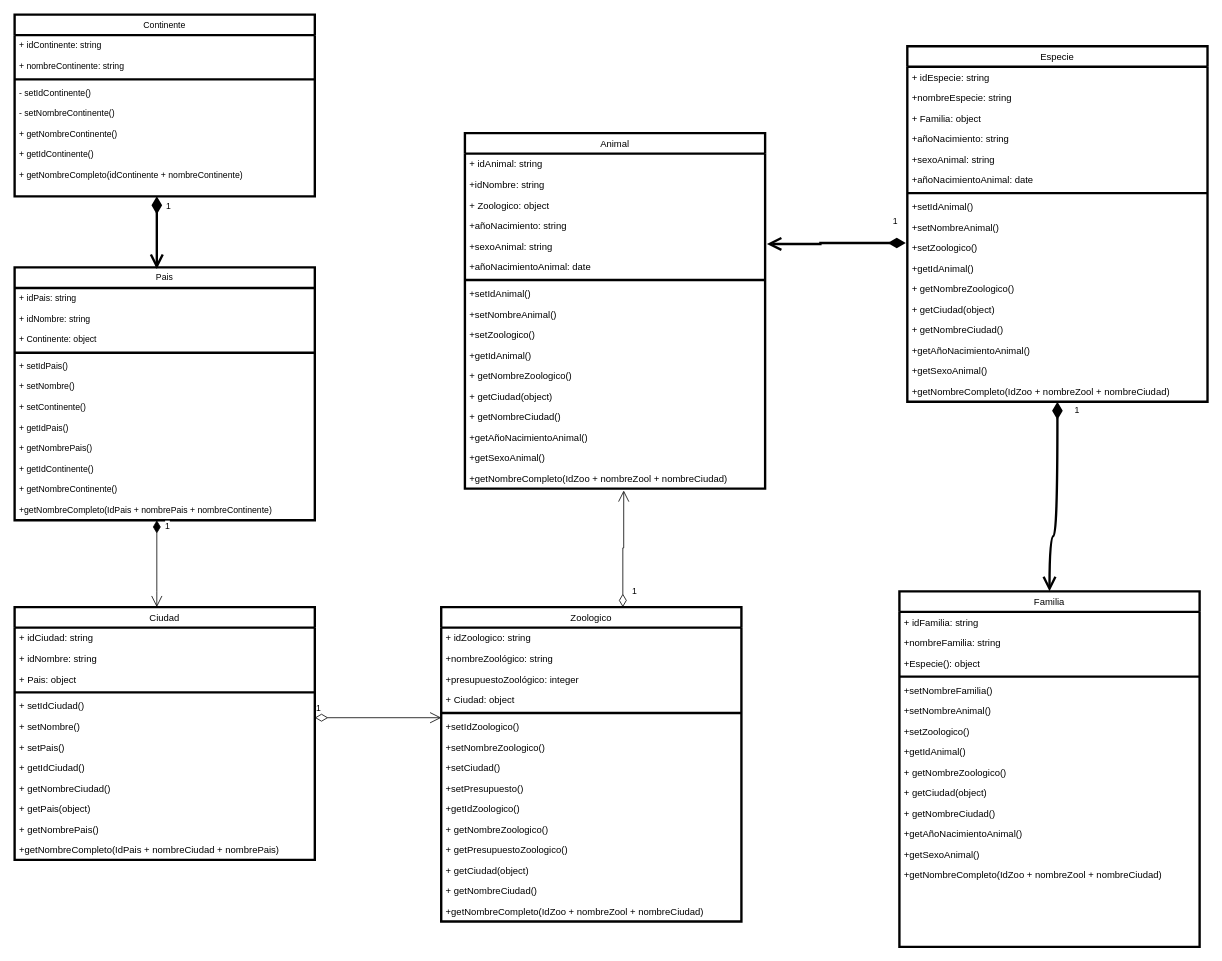
This is zoologico1.drawio from joaonunez/diagramasClase, a draw.io file, before an edit. Source tidied: cells renumbered, new cells numbered last; positions are measured from the earlier drawing's top-left corner, leaving out a move shared by most shapes. Both pictures are drawn from the tidied source at 79%, with x=0, y=0 at pixel (14, 14).
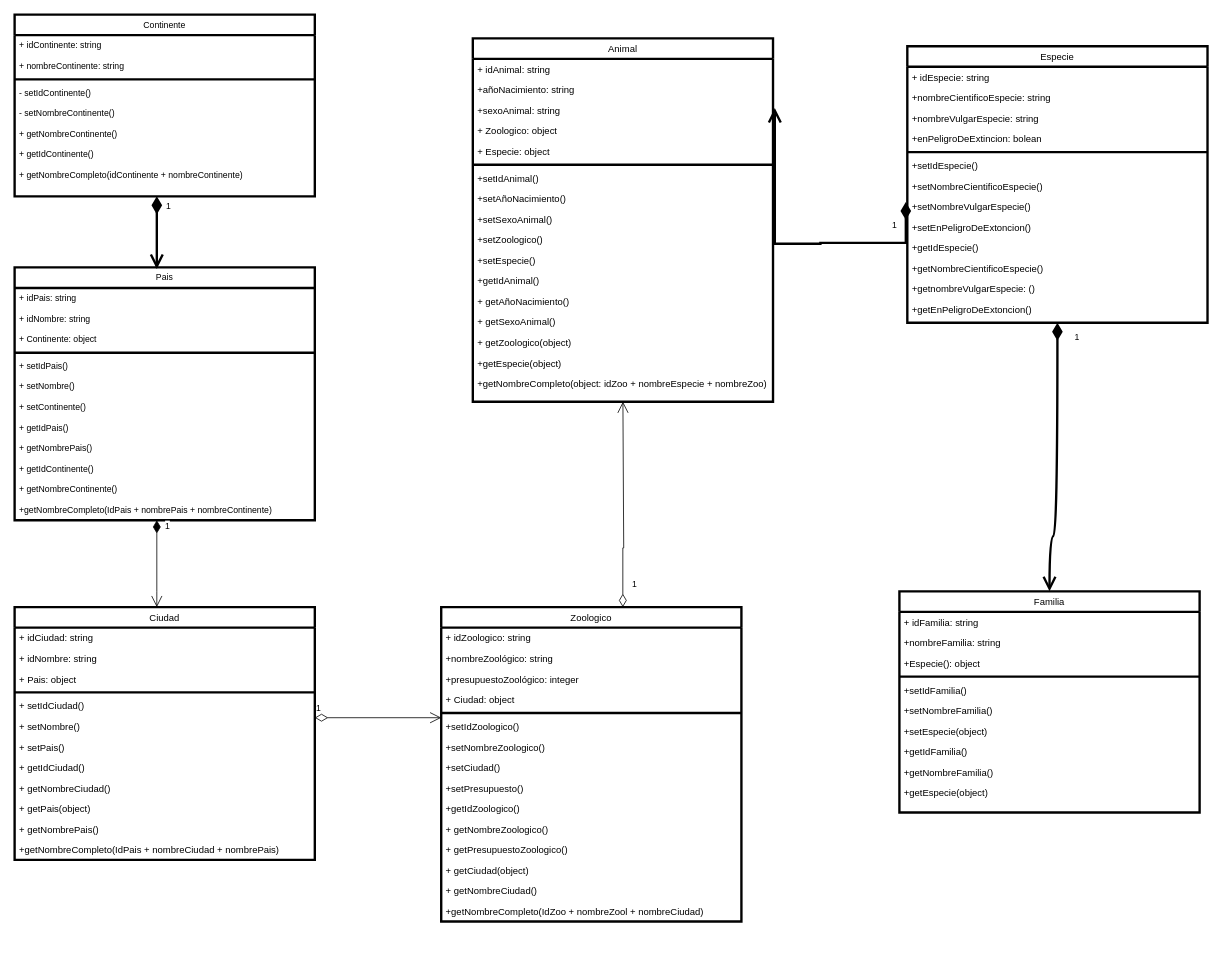
After the change.

The change refers to these unchanged cells:
```xml
<mxCell id="39" value="Zoologico" style="swimlane;fontStyle=0;align=center;verticalAlign=top;horizontal=1;startSize=26;rounded=0;shadow=0;strokeWidth=3;fontSize=12;" parent="1" vertex="1">
  <mxGeometry x="540" y="750" width="380" height="398" as="geometry" />
</mxCell>
```

What changed in the source:
```diff
@@
     <mxCell id="55" value="Animal" style="swimlane;fontStyle=0;align=center;verticalAlign=top;horizontal=1;startSize=26;rounded=0;shadow=0;strokeWidth=3;fontSize=12;" parent="1" vertex="1">
-      <mxGeometry x="570" y="150" width="380" height="450" as="geometry" />
+      <mxGeometry x="580" y="30" width="380" height="460" as="geometry" />
     </mxCell>
@@
-    <mxCell id="57" value="+idNombre: string" style="text;align=left;verticalAlign=top;spacingLeft=4;spacingRight=4;overflow=hidden;fontSize=12;fontStyle=0;strokeWidth=3;" parent="55" vertex="1">
-      <mxGeometry y="52" width="380" height="26" as="geometry" />
-    </mxCell>
-    <mxCell id="58" value="+ Zoologico: object" style="text;align=left;verticalAlign=top;spacingLeft=4;spacingRight=4;overflow=hidden;fontSize=12;fontStyle=0;strokeWidth=3;" parent="55" vertex="1">
-      <mxGeometry y="78" width="380" height="26" as="geometry" />
-    </mxCell>
     <mxCell id="59" value="+añoNacimiento: string" style="text;align=left;verticalAlign=top;spacingLeft=4;spacingRight=4;overflow=hidden;fontSize=12;fontStyle=0;strokeWidth=3;" parent="55" vertex="1">
-      <mxGeometry y="104" width="380" height="26" as="geometry" />
+      <mxGeometry y="52" width="380" height="26" as="geometry" />
     </mxCell>
     <mxCell id="60" value="+sexoAnimal: string" style="text;align=left;verticalAlign=top;spacingLeft=4;spacingRight=4;overflow=hidden;points=[[0,0.5],[1,0.5]];portConstraint=eastwest;fontSize=12;fontStyle=0;strokeWidth=3;" parent="55" vertex="1">
-      <mxGeometry y="130" width="380" height="26" as="geometry" />
+      <mxGeometry y="78" width="380" height="26" as="geometry" />
     </mxCell>
-    <mxCell id="61" value="+añoNacimientoAnimal: date" style="text;align=left;verticalAlign=top;spacingLeft=4;spacingRight=4;overflow=hidden;fontSize=12;fontStyle=0;strokeWidth=3;" parent="55" vertex="1">
-      <mxGeometry y="156" width="380" height="26" as="geometry" />
-    </mxCell>
+    <mxCell id="58" value="+ Zoologico: object" style="text;align=left;verticalAlign=top;spacingLeft=4;spacingRight=4;overflow=hidden;fontSize=12;fontStyle=0;strokeWidth=3;" parent="55" vertex="1">
+      <mxGeometry y="104" width="380" height="26" as="geometry" />
+    </mxCell>
+    <mxCell id="111" value="+ Especie: object" style="text;align=left;verticalAlign=top;spacingLeft=4;spacingRight=4;overflow=hidden;fontSize=12;fontStyle=0;strokeWidth=3;" parent="55" vertex="1">
+      <mxGeometry y="130" width="380" height="26" as="geometry" />
+    </mxCell>
     <mxCell id="62" style="line;html=1;strokeWidth=3;align=left;verticalAlign=middle;spacingTop=-1;spacingLeft=3;spacingRight=3;labelPosition=right;fontSize=12;fontStyle=0;" parent="55" vertex="1">
-      <mxGeometry y="182" width="380" height="8" as="geometry" />
+      <mxGeometry y="156" width="380" height="8" as="geometry" />
     </mxCell>
     <mxCell id="63" value="+setIdAnimal()" style="text;align=left;verticalAlign=top;spacingLeft=4;spacingRight=4;overflow=hidden;fontSize=12;fontStyle=0;strokeWidth=3;" parent="55" vertex="1">
-      <mxGeometry y="190" width="380" height="26" as="geometry" />
+      <mxGeometry y="164" width="380" height="26" as="geometry" />
     </mxCell>
-    <mxCell id="64" value="+setNombreAnimal()" style="text;align=left;verticalAlign=top;spacingLeft=4;spacingRight=4;overflow=hidden;fontSize=12;fontStyle=0;strokeWidth=3;" parent="55" vertex="1">
-      <mxGeometry y="216" width="380" height="26" as="geometry" />
-    </mxCell>
+    <mxCell id="112" value="+setAñoNacimiento()" style="text;align=left;verticalAlign=top;spacingLeft=4;spacingRight=4;overflow=hidden;fontSize=12;fontStyle=0;strokeWidth=3;" parent="55" vertex="1">
+      <mxGeometry y="190" width="380" height="26" as="geometry" />
+    </mxCell>
+    <mxCell id="113" value="+setSexoAnimal()" style="text;align=left;verticalAlign=top;spacingLeft=4;spacingRight=4;overflow=hidden;fontSize=12;fontStyle=0;strokeWidth=3;" parent="55" vertex="1">
+      <mxGeometry y="216" width="380" height="26" as="geometry" />
+    </mxCell>
@@
+    <mxCell id="114" value="+setEspecie()" style="text;align=left;verticalAlign=top;spacingLeft=4;spacingRight=4;overflow=hidden;fontSize=12;fontStyle=0;strokeWidth=3;" parent="55" vertex="1">
+      <mxGeometry y="268" width="380" height="26" as="geometry" />
+    </mxCell>
     <mxCell id="66" value="+getIdAnimal()" style="text;align=left;verticalAlign=top;spacingLeft=4;spacingRight=4;overflow=hidden;fontSize=12;fontStyle=0;strokeWidth=3;" parent="55" vertex="1">
-      <mxGeometry y="268" width="380" height="26" as="geometry" />
+      <mxGeometry y="294" width="380" height="26" as="geometry" />
     </mxCell>
-    <mxCell id="67" value="+ getNombreZoologico()" style="text;align=left;verticalAlign=top;spacingLeft=4;spacingRight=4;overflow=hidden;fontSize=12;fontStyle=0;strokeWidth=3;" parent="55" vertex="1">
-      <mxGeometry y="294" width="380" height="26" as="geometry" />
+    <mxCell id="67" value="+ getAñoNacimiento()" style="text;align=left;verticalAlign=top;spacingLeft=4;spacingRight=4;overflow=hidden;fontSize=12;fontStyle=0;strokeWidth=3;" parent="55" vertex="1">
+      <mxGeometry y="320" width="380" height="26" as="geometry" />
     </mxCell>
-    <mxCell id="68" value="+ getCiudad(object)" style="text;align=left;verticalAlign=top;spacingLeft=4;spacingRight=4;overflow=hidden;fontSize=12;fontStyle=0;strokeWidth=3;" parent="55" vertex="1">
-      <mxGeometry y="320" width="380" height="26" as="geometry" />
+    <mxCell id="68" value="+ getSexoAnimal()" style="text;align=left;verticalAlign=top;spacingLeft=4;spacingRight=4;overflow=hidden;fontSize=12;fontStyle=0;strokeWidth=3;" parent="55" vertex="1">
+      <mxGeometry y="346" width="380" height="26" as="geometry" />
     </mxCell>
-    <mxCell id="69" value="+ getNombreCiudad()" style="text;align=left;verticalAlign=top;spacingLeft=4;spacingRight=4;overflow=hidden;fontSize=12;fontStyle=0;strokeWidth=3;" parent="55" vertex="1">
-      <mxGeometry y="346" width="380" height="26" as="geometry" />
+    <mxCell id="69" value="+ getZoologico(object)" style="text;align=left;verticalAlign=top;spacingLeft=4;spacingRight=4;overflow=hidden;fontSize=12;fontStyle=0;strokeWidth=3;" parent="55" vertex="1">
+      <mxGeometry y="372" width="380" height="26" as="geometry" />
     </mxCell>
-    <mxCell id="70" value="+getAñoNacimientoAnimal()" style="text;align=left;verticalAlign=top;spacingLeft=4;spacingRight=4;overflow=hidden;fontSize=12;fontStyle=0;strokeWidth=3;" parent="55" vertex="1">
-      <mxGeometry y="372" width="380" height="26" as="geometry" />
+    <mxCell id="70" value="+getEspecie(object)" style="text;align=left;verticalAlign=top;spacingLeft=4;spacingRight=4;overflow=hidden;fontSize=12;fontStyle=0;strokeWidth=3;" parent="55" vertex="1">
+      <mxGeometry y="398" width="380" height="26" as="geometry" />
     </mxCell>
-    <mxCell id="71" value="+getSexoAnimal()" style="text;align=left;verticalAlign=top;spacingLeft=4;spacingRight=4;overflow=hidden;fontSize=12;fontStyle=0;strokeWidth=3;" parent="55" vertex="1">
-      <mxGeometry y="398" width="380" height="26" as="geometry" />
-    </mxCell>
-    <mxCell id="72" value="+getNombreCompleto(IdZoo + nombreZool + nombreCiudad)" style="text;align=left;verticalAlign=top;spacingLeft=4;spacingRight=4;overflow=hidden;points=[[0,0.5],[1,0.5]];portConstraint=eastwest;fontSize=12;fontStyle=0;strokeWidth=3;" parent="55" vertex="1">
+    <mxCell id="72" value="+getNombreCompleto(object: idZoo + nombreEspecie + nombreZoo)" style="text;align=left;verticalAlign=top;spacingLeft=4;spacingRight=4;overflow=hidden;points=[[0,0.5],[1,0.5]];portConstraint=eastwest;fontSize=12;fontStyle=0;strokeWidth=3;" parent="55" vertex="1">
       <mxGeometry y="424" width="380" height="26" as="geometry" />
     </mxCell>
@@
-    <mxCell id="74" value="1" style="endArrow=open;html=1;endSize=12;startArrow=diamondThin;startSize=14;startFill=0;edgeStyle=orthogonalEdgeStyle;align=left;verticalAlign=bottom;rounded=0;exitX=0.605;exitY=0;exitDx=0;exitDy=0;exitPerimeter=0;entryX=0.529;entryY=1.091;entryDx=0;entryDy=0;entryPerimeter=0;" parent="1" edge="1" source="39" target="72">
+    <mxCell id="74" value="1" style="endArrow=open;html=1;endSize=12;startArrow=diamondThin;startSize=14;startFill=0;edgeStyle=orthogonalEdgeStyle;align=left;verticalAlign=bottom;rounded=0;exitX=0.605;exitY=0;exitDx=0;exitDy=0;exitPerimeter=0;entryX=0.5;entryY=1;entryDx=0;entryDy=0;" parent="1" edge="1" source="39" target="55">
       <mxGeometry x="-0.85" y="-10" relative="1" as="geometry">
         <Array as="points">
           <mxPoint x="770" y="675" />
           <mxPoint x="771" y="675" />
         </Array>
       </mxGeometry>
     </mxCell>
     <mxCell id="75" value="Especie" style="swimlane;fontStyle=0;align=center;verticalAlign=top;horizontal=1;startSize=26;rounded=0;shadow=0;strokeWidth=3;fontSize=12;" parent="1" vertex="1">
-      <mxGeometry x="1130" y="40" width="380" height="450" as="geometry" />
+      <mxGeometry x="1130" y="40" width="380" height="350" as="geometry" />
     </mxCell>
@@
-    <mxCell id="77" value="+nombreEspecie: string" style="text;align=left;verticalAlign=top;spacingLeft=4;spacingRight=4;overflow=hidden;fontSize=12;fontStyle=0;strokeWidth=3;" parent="75" vertex="1">
+    <mxCell id="77" value="+nombreCientificoEspecie: string" style="text;align=left;verticalAlign=top;spacingLeft=4;spacingRight=4;overflow=hidden;fontSize=12;fontStyle=0;strokeWidth=3;" parent="75" vertex="1">
       <mxGeometry y="52" width="380" height="26" as="geometry" />
     </mxCell>
-    <mxCell id="78" value="+ Familia: object" style="text;align=left;verticalAlign=top;spacingLeft=4;spacingRight=4;overflow=hidden;fontSize=12;fontStyle=0;strokeWidth=3;" parent="75" vertex="1">
-      <mxGeometry y="78" width="380" height="26" as="geometry" />
-    </mxCell>
+    <mxCell id="115" value="+nombreVulgarEspecie: string" style="text;align=left;verticalAlign=top;spacingLeft=4;spacingRight=4;overflow=hidden;fontSize=12;fontStyle=0;strokeWidth=3;" parent="75" vertex="1">
+      <mxGeometry y="78" width="380" height="26" as="geometry" />
+    </mxCell>
-    <mxCell id="79" value="+añoNacimiento: string" style="text;align=left;verticalAlign=top;spacingLeft=4;spacingRight=4;overflow=hidden;fontSize=12;fontStyle=0;strokeWidth=3;" parent="75" vertex="1">
+    <mxCell id="79" value="+enPeligroDeExtincion: bolean" style="text;align=left;verticalAlign=top;spacingLeft=4;spacingRight=4;overflow=hidden;fontSize=12;fontStyle=0;strokeWidth=3;" parent="75" vertex="1">
       <mxGeometry y="104" width="380" height="26" as="geometry" />
     </mxCell>
-    <mxCell id="80" value="+sexoAnimal: string" style="text;align=left;verticalAlign=top;spacingLeft=4;spacingRight=4;overflow=hidden;fontSize=12;fontStyle=0;strokeWidth=3;" parent="75" vertex="1">
-      <mxGeometry y="130" width="380" height="26" as="geometry" />
-    </mxCell>
-    <mxCell id="81" value="+añoNacimientoAnimal: date" style="text;align=left;verticalAlign=top;spacingLeft=4;spacingRight=4;overflow=hidden;fontSize=12;fontStyle=0;strokeWidth=3;" parent="75" vertex="1">
-      <mxGeometry y="156" width="380" height="26" as="geometry" />
-    </mxCell>
     <mxCell id="82" style="line;html=1;strokeWidth=3;align=left;verticalAlign=middle;spacingTop=-1;spacingLeft=3;spacingRight=3;labelPosition=right;fontSize=12;fontStyle=0;" parent="75" vertex="1">
-      <mxGeometry y="182" width="380" height="8" as="geometry" />
+      <mxGeometry y="130" width="380" height="8" as="geometry" />
     </mxCell>
-    <mxCell id="83" value="+setIdAnimal()" style="text;align=left;verticalAlign=top;spacingLeft=4;spacingRight=4;overflow=hidden;fontSize=12;fontStyle=0;strokeWidth=3;" parent="75" vertex="1">
-      <mxGeometry y="190" width="380" height="26" as="geometry" />
+    <mxCell id="83" value="+setIdEspecie()" style="text;align=left;verticalAlign=top;spacingLeft=4;spacingRight=4;overflow=hidden;fontSize=12;fontStyle=0;strokeWidth=3;" parent="75" vertex="1">
+      <mxGeometry y="138" width="380" height="26" as="geometry" />
     </mxCell>
-    <mxCell id="84" value="+setNombreAnimal()" style="text;align=left;verticalAlign=top;spacingLeft=4;spacingRight=4;overflow=hidden;fontSize=12;fontStyle=0;strokeWidth=3;" parent="75" vertex="1">
-      <mxGeometry y="216" width="380" height="26" as="geometry" />
+    <mxCell id="84" value="+setNombreCientificoEspecie()" style="text;align=left;verticalAlign=top;spacingLeft=4;spacingRight=4;overflow=hidden;fontSize=12;fontStyle=0;strokeWidth=3;" parent="75" vertex="1">
+      <mxGeometry y="164" width="380" height="26" as="geometry" />
     </mxCell>
-    <mxCell id="85" value="+setZoologico()" style="text;align=left;verticalAlign=top;spacingLeft=4;spacingRight=4;overflow=hidden;points=[[0,0.5],[1,0.5]];portConstraint=eastwest;fontSize=12;fontStyle=0;strokeWidth=3;" parent="75" vertex="1">
-      <mxGeometry y="242" width="380" height="26" as="geometry" />
+    <mxCell id="85" value="+setNombreVulgarEspecie()" style="text;align=left;verticalAlign=top;spacingLeft=4;spacingRight=4;overflow=hidden;points=[[0,0.5],[1,0.5]];portConstraint=eastwest;fontSize=12;fontStyle=0;strokeWidth=3;" parent="75" vertex="1">
+      <mxGeometry y="190" width="380" height="26" as="geometry" />
     </mxCell>
-    <mxCell id="86" value="+getIdAnimal()" style="text;align=left;verticalAlign=top;spacingLeft=4;spacingRight=4;overflow=hidden;fontSize=12;fontStyle=0;strokeWidth=3;" parent="75" vertex="1">
-      <mxGeometry y="268" width="380" height="26" as="geometry" />
-    </mxCell>
+    <mxCell id="116" value="+setEnPeligroDeExtoncion()" style="text;align=left;verticalAlign=top;spacingLeft=4;spacingRight=4;overflow=hidden;fontSize=12;fontStyle=0;strokeWidth=3;" parent="75" vertex="1">
+      <mxGeometry y="216" width="380" height="26" as="geometry" />
+    </mxCell>
-    <mxCell id="87" value="+ getNombreZoologico()" style="text;align=left;verticalAlign=top;spacingLeft=4;spacingRight=4;overflow=hidden;fontSize=12;fontStyle=0;strokeWidth=3;" parent="75" vertex="1">
-      <mxGeometry y="294" width="380" height="26" as="geometry" />
+    <mxCell id="87" value="+getIdEspecie()" style="text;align=left;verticalAlign=top;spacingLeft=4;spacingRight=4;overflow=hidden;fontSize=12;fontStyle=0;strokeWidth=3;" parent="75" vertex="1">
+      <mxGeometry y="242" width="380" height="26" as="geometry" />
     </mxCell>
-    <mxCell id="88" value="+ getCiudad(object)" style="text;align=left;verticalAlign=top;spacingLeft=4;spacingRight=4;overflow=hidden;fontSize=12;fontStyle=0;strokeWidth=3;" parent="75" vertex="1">
-      <mxGeometry y="320" width="380" height="26" as="geometry" />
+    <mxCell id="88" value="+getNombreCientificoEspecie()" style="text;align=left;verticalAlign=top;spacingLeft=4;spacingRight=4;overflow=hidden;fontSize=12;fontStyle=0;strokeWidth=3;" parent="75" vertex="1">
+      <mxGeometry y="268" width="380" height="26" as="geometry" />
     </mxCell>
-    <mxCell id="89" value="+ getNombreCiudad()" style="text;align=left;verticalAlign=top;spacingLeft=4;spacingRight=4;overflow=hidden;fontSize=12;fontStyle=0;strokeWidth=3;" parent="75" vertex="1">
-      <mxGeometry y="346" width="380" height="26" as="geometry" />
+    <mxCell id="89" value="+getnombreVulgarEspecie: ()" style="text;align=left;verticalAlign=top;spacingLeft=4;spacingRight=4;overflow=hidden;fontSize=12;fontStyle=0;strokeWidth=3;" parent="75" vertex="1">
+      <mxGeometry y="294" width="380" height="26" as="geometry" />
     </mxCell>
-    <mxCell id="90" value="+getAñoNacimientoAnimal()" style="text;align=left;verticalAlign=top;spacingLeft=4;spacingRight=4;overflow=hidden;fontSize=12;fontStyle=0;strokeWidth=3;" parent="75" vertex="1">
-      <mxGeometry y="372" width="380" height="26" as="geometry" />
+    <mxCell id="90" value="+getEnPeligroDeExtoncion()" style="text;align=left;verticalAlign=top;spacingLeft=4;spacingRight=4;overflow=hidden;fontSize=12;fontStyle=0;strokeWidth=3;" parent="75" vertex="1">
+      <mxGeometry y="320" width="380" height="26" as="geometry" />
     </mxCell>
-    <mxCell id="91" value="+getSexoAnimal()" style="text;align=left;verticalAlign=top;spacingLeft=4;spacingRight=4;overflow=hidden;fontSize=12;fontStyle=0;strokeWidth=3;" parent="75" vertex="1">
-      <mxGeometry y="398" width="380" height="26" as="geometry" />
-    </mxCell>
-    <mxCell id="92" value="+getNombreCompleto(IdZoo + nombreZool + nombreCiudad)" style="text;align=left;verticalAlign=top;spacingLeft=4;spacingRight=4;overflow=hidden;points=[[0,0.5],[1,0.5]];portConstraint=eastwest;fontSize=12;fontStyle=0;strokeWidth=3;" parent="75" vertex="1">
-      <mxGeometry y="424" width="380" height="26" as="geometry" />
-    </mxCell>
     <mxCell id="93" value="Familia" style="swimlane;fontStyle=0;align=center;verticalAlign=top;horizontal=1;startSize=26;rounded=0;shadow=0;strokeWidth=3;fontSize=12;" parent="1" vertex="1">
-      <mxGeometry x="1120" y="730" width="380" height="450" as="geometry" />
+      <mxGeometry x="1120" y="730" width="380" height="280" as="geometry" />
     </mxCell>
@@
-    <mxCell id="98" value="+setNombreFamilia()" style="text;align=left;verticalAlign=top;spacingLeft=4;spacingRight=4;overflow=hidden;fontSize=12;fontStyle=0;strokeWidth=3;" parent="93" vertex="1">
+    <mxCell id="98" value="+setIdFamilia()" style="text;align=left;verticalAlign=top;spacingLeft=4;spacingRight=4;overflow=hidden;fontSize=12;fontStyle=0;strokeWidth=3;" parent="93" vertex="1">
       <mxGeometry y="112" width="380" height="26" as="geometry" />
     </mxCell>
-    <mxCell id="99" value="+setNombreAnimal()" style="text;align=left;verticalAlign=top;spacingLeft=4;spacingRight=4;overflow=hidden;fontSize=12;fontStyle=0;strokeWidth=3;" parent="93" vertex="1">
-      <mxGeometry y="138" width="380" height="26" as="geometry" />
-    </mxCell>
-    <mxCell id="100" value="+setZoologico()" style="text;align=left;verticalAlign=top;spacingLeft=4;spacingRight=4;overflow=hidden;fontSize=12;fontStyle=0;strokeWidth=3;" parent="93" vertex="1">
-      <mxGeometry y="164" width="380" height="26" as="geometry" />
-    </mxCell>
-    <mxCell id="101" value="+getIdAnimal()" style="text;align=left;verticalAlign=top;spacingLeft=4;spacingRight=4;overflow=hidden;fontSize=12;fontStyle=0;strokeWidth=3;" parent="93" vertex="1">
-      <mxGeometry y="190" width="380" height="26" as="geometry" />
-    </mxCell>
-    <mxCell id="102" value="+ getNombreZoologico()" style="text;align=left;verticalAlign=top;spacingLeft=4;spacingRight=4;overflow=hidden;fontSize=12;fontStyle=0;strokeWidth=3;" parent="93" vertex="1">
-      <mxGeometry y="216" width="380" height="26" as="geometry" />
-    </mxCell>
+    <mxCell id="117" value="+setNombreFamilia()" style="text;align=left;verticalAlign=top;spacingLeft=4;spacingRight=4;overflow=hidden;fontSize=12;fontStyle=0;strokeWidth=3;" parent="93" vertex="1">
+      <mxGeometry y="138" width="380" height="26" as="geometry" />
+    </mxCell>
-    <mxCell id="103" value="+ getCiudad(object)" style="text;align=left;verticalAlign=top;spacingLeft=4;spacingRight=4;overflow=hidden;fontSize=12;fontStyle=0;strokeWidth=3;" parent="93" vertex="1">
-      <mxGeometry y="242" width="380" height="26" as="geometry" />
+    <mxCell id="103" value="+setEspecie(object)" style="text;align=left;verticalAlign=top;spacingLeft=4;spacingRight=4;overflow=hidden;fontSize=12;fontStyle=0;strokeWidth=3;" parent="93" vertex="1">
+      <mxGeometry y="164" width="380" height="26" as="geometry" />
     </mxCell>
-    <mxCell id="104" value="+ getNombreCiudad()" style="text;align=left;verticalAlign=top;spacingLeft=4;spacingRight=4;overflow=hidden;fontSize=12;fontStyle=0;strokeWidth=3;" parent="93" vertex="1">
-      <mxGeometry y="268" width="380" height="26" as="geometry" />
+    <mxCell id="104" value="+getIdFamilia()" style="text;align=left;verticalAlign=top;spacingLeft=4;spacingRight=4;overflow=hidden;fontSize=12;fontStyle=0;strokeWidth=3;" parent="93" vertex="1">
+      <mxGeometry y="190" width="380" height="26" as="geometry" />
     </mxCell>
-    <mxCell id="105" value="+getAñoNacimientoAnimal()" style="text;align=left;verticalAlign=top;spacingLeft=4;spacingRight=4;overflow=hidden;fontSize=12;fontStyle=0;strokeWidth=3;" parent="93" vertex="1">
-      <mxGeometry y="294" width="380" height="26" as="geometry" />
-    </mxCell>
-    <mxCell id="106" value="+getSexoAnimal()" style="text;align=left;verticalAlign=top;spacingLeft=4;spacingRight=4;overflow=hidden;fontSize=12;fontStyle=0;strokeWidth=3;" parent="93" vertex="1">
-      <mxGeometry y="320" width="380" height="26" as="geometry" />
+    <mxCell id="106" value="+getNombreFamilia()" style="text;align=left;verticalAlign=top;spacingLeft=4;spacingRight=4;overflow=hidden;fontSize=12;fontStyle=0;strokeWidth=3;" parent="93" vertex="1">
+      <mxGeometry y="216" width="380" height="26" as="geometry" />
     </mxCell>
-    <mxCell id="107" value="+getNombreCompleto(IdZoo + nombreZool + nombreCiudad)" style="text;align=left;verticalAlign=top;spacingLeft=4;spacingRight=4;overflow=hidden;fontSize=12;fontStyle=0;strokeWidth=3;" parent="93" vertex="1">
-      <mxGeometry y="346" width="380" height="26" as="geometry" />
+    <mxCell id="107" value="+getEspecie(object)" style="text;align=left;verticalAlign=top;spacingLeft=4;spacingRight=4;overflow=hidden;fontSize=12;fontStyle=0;strokeWidth=3;" parent="93" vertex="1">
+      <mxGeometry y="242" width="380" height="26" as="geometry" />
     </mxCell>
-    <mxCell id="108" value="1" style="endArrow=open;html=1;endSize=12;startArrow=diamondThin;startSize=14;startFill=1;edgeStyle=orthogonalEdgeStyle;align=left;verticalAlign=bottom;rounded=0;strokeWidth=3;shadow=0;fontSize=11;fontStyle=0;curved=1;exitX=0.5;exitY=1;exitDx=0;exitDy=0;exitPerimeter=0;" parent="1" edge="1" source="92">
+    <mxCell id="108" value="1" style="endArrow=open;html=1;endSize=12;startArrow=diamondThin;startSize=14;startFill=1;edgeStyle=orthogonalEdgeStyle;align=left;verticalAlign=bottom;rounded=0;strokeWidth=3;shadow=0;fontSize=11;fontStyle=0;curved=1;exitX=0.5;exitY=1;exitDx=0;exitDy=0;" parent="1" edge="1" source="75">
       <mxGeometry x="-0.84" y="20" relative="1" as="geometry">
         <mxPoint x="1310" y="730" as="targetPoint" />
         <Array as="points">
           <mxPoint x="1320" y="660" />
           <mxPoint x="1310" y="660" />
         </Array>
       </mxGeometry>
     </mxCell>
```
